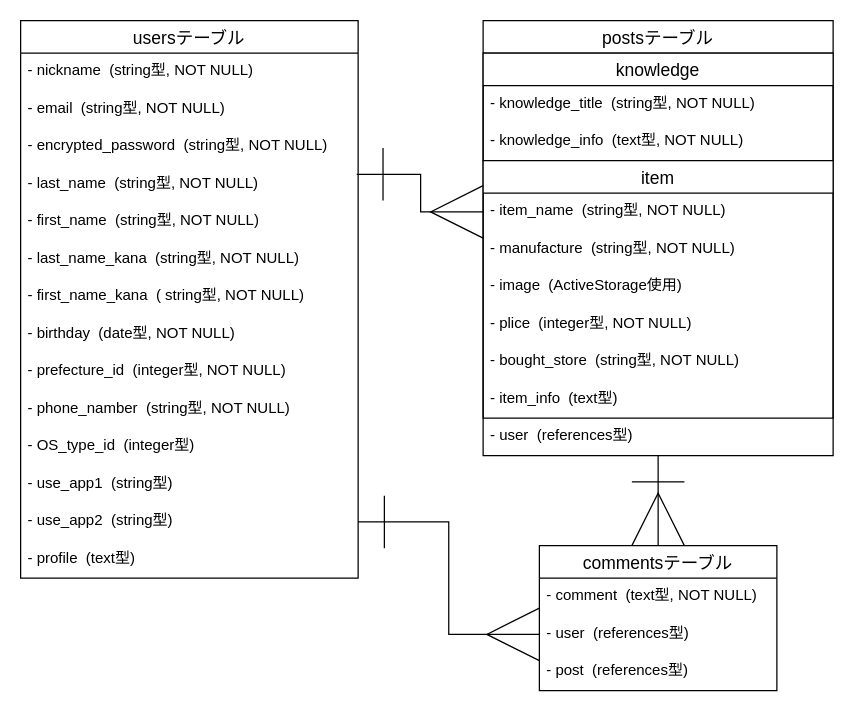
Before: ER.dio in sushi1129/side-business-36374, a draw.io diagram. Source tidied: cells renumbered, new cells numbered last; positions are measured from the earlier drawing's top-left corner, leaving out a move shared by most shapes. Both pictures are drawn from the tidied source at 125%, with x=0, y=0 at pixel (20, 20).
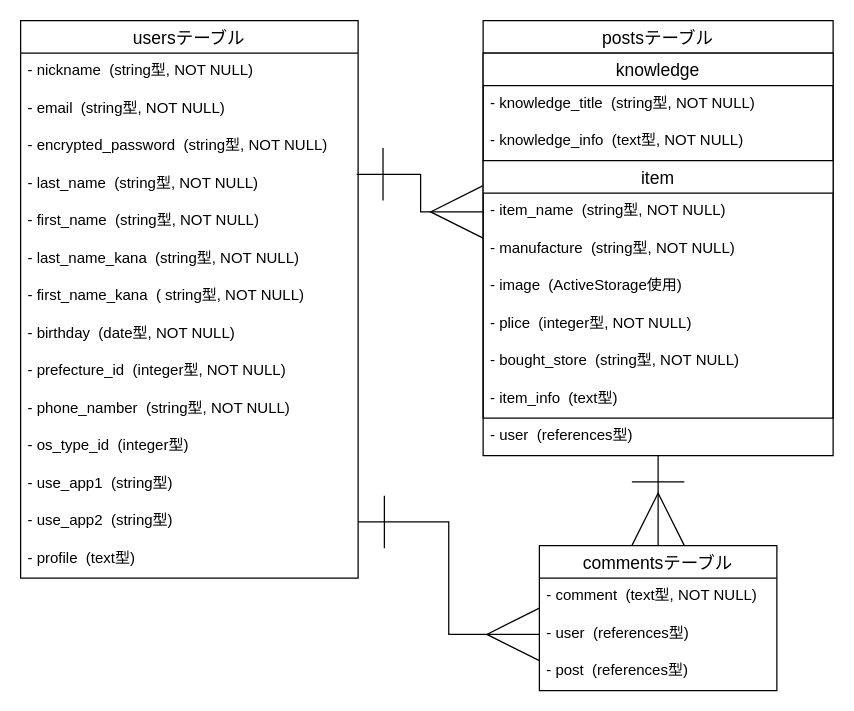
Above is the later version.

Unchanged cells that the change refers to:
```xml
<mxCell id="2" value="usersテーブル" style="swimlane;fontStyle=0;horizontal=1;startSize=26;align=center;fontSize=14;" parent="1" vertex="1">
  <mxGeometry width="270" height="446" as="geometry" />
</mxCell>
```

Change to the diagram source:
```diff
@@
-    <mxCell id="13" value="- OS_type_id  (integer型)" style="text;strokeColor=none;fillColor=none;spacingLeft=4;spacingRight=4;overflow=hidden;fontSize=12;" parent="2" vertex="1">
+    <mxCell id="13" value="- os_type_id  (integer型)" style="text;strokeColor=none;fillColor=none;spacingLeft=4;spacingRight=4;overflow=hidden;fontSize=12;" parent="2" vertex="1">
       <mxGeometry y="326" width="270" height="30" as="geometry" />
     </mxCell>
```
